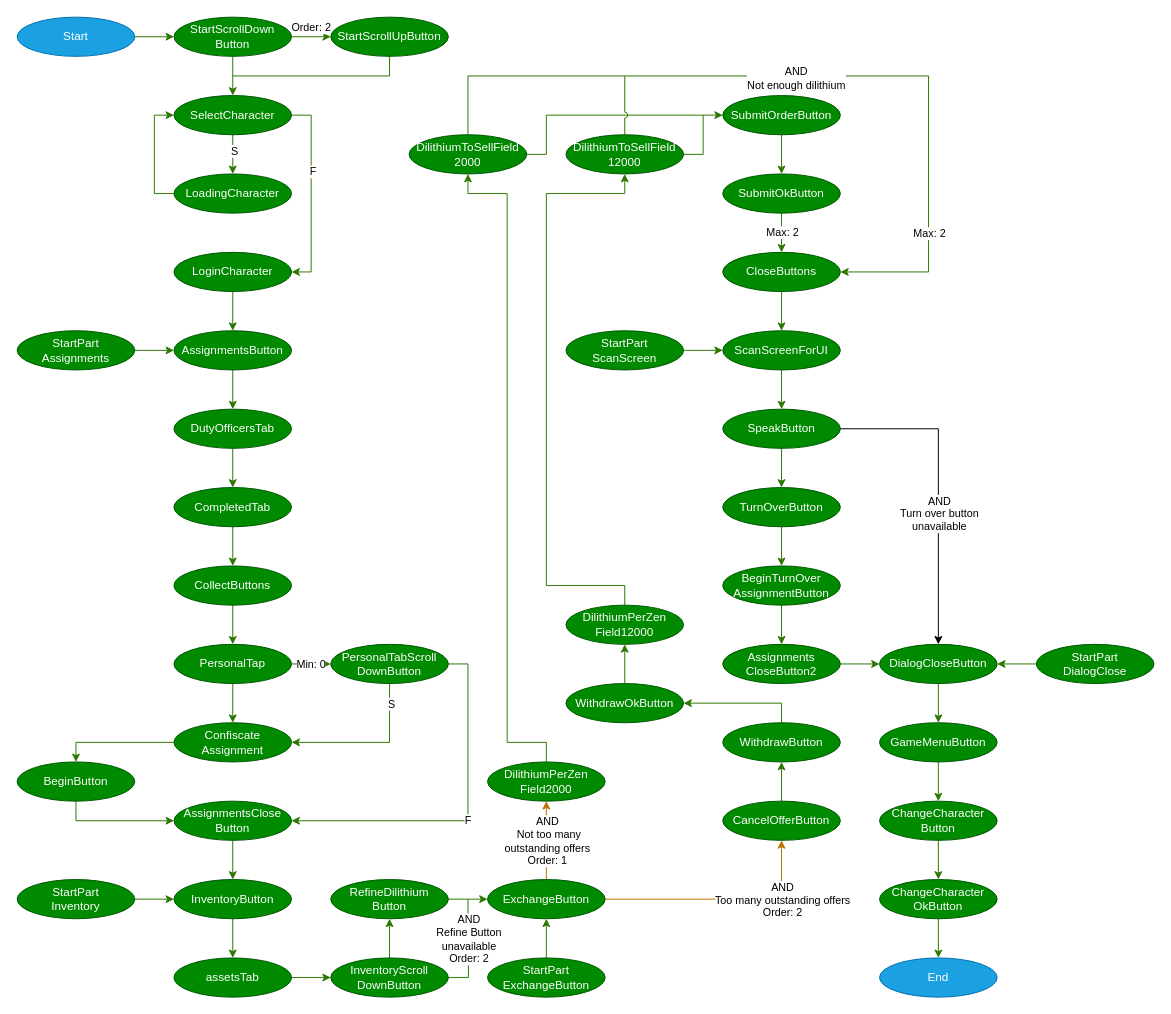
Above: AutoFarmer.drawio in Tomaszon/AutoFarmer (draw.io), before the change. Source tidied: cells renumbered, new cells numbered last; positions are measured from the earlier drawing's top-left corner, leaving out a move shared by most shapes. Both pictures are drawn from the tidied source at 98%, with x=0, y=0 at pixel (17, 17).
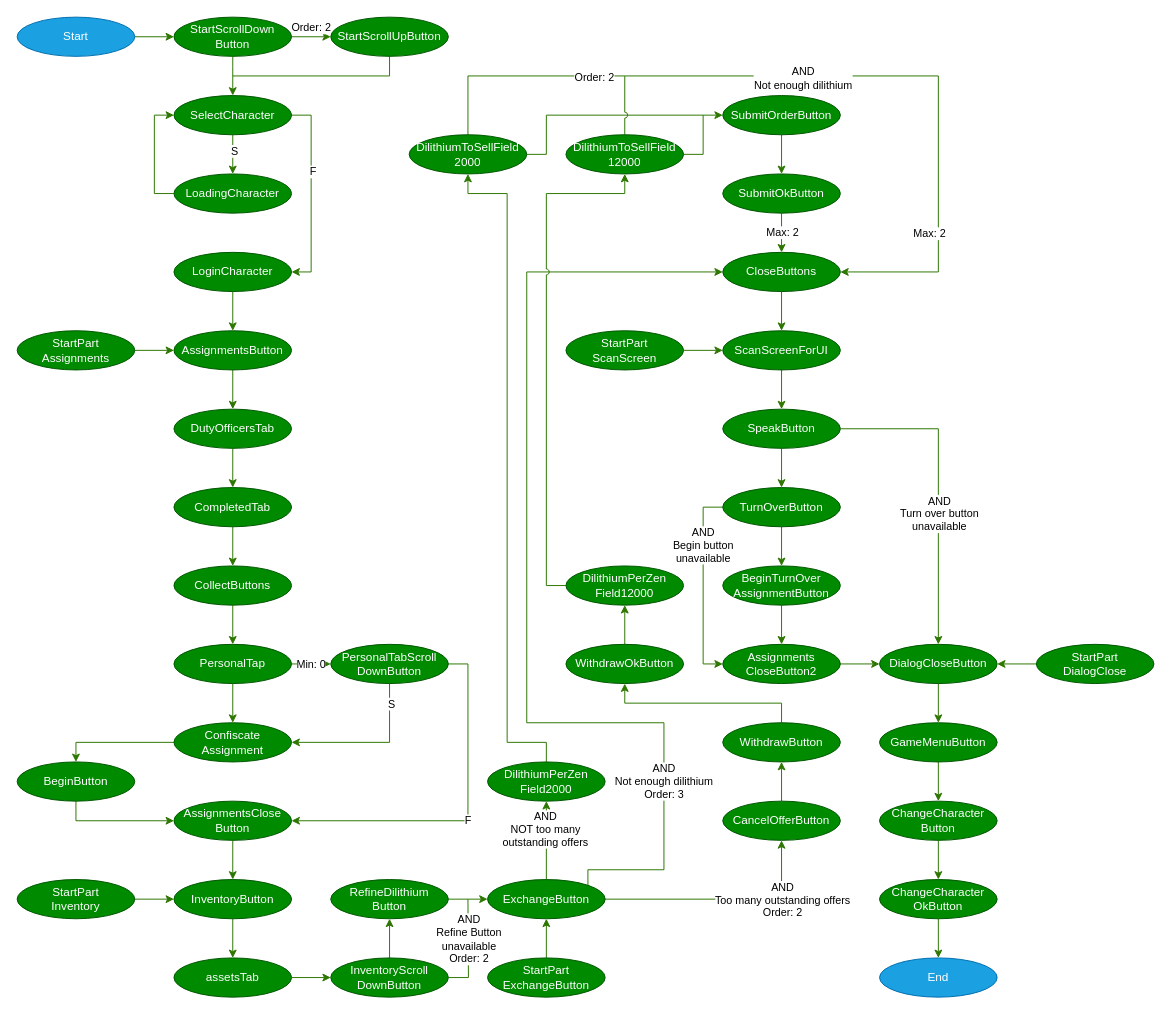
Above is the later version.

The change refers to these unchanged cells:
```xml
<mxCell id="38" value="ExchangeButton" style="ellipse;whiteSpace=wrap;html=1;fillColor=#008a00;strokeColor=#005700;fontColor=#ffffff;" parent="1" vertex="1">
  <mxGeometry x="480" y="880" width="120" height="40" as="geometry" />
</mxCell>
<mxCell id="40" value="CancelOfferButton" style="ellipse;whiteSpace=wrap;html=1;fillColor=#008a00;strokeColor=#005700;fontColor=#ffffff;" parent="1" vertex="1">
  <mxGeometry x="720" y="800" width="120" height="40" as="geometry" />
</mxCell>
<mxCell id="42" value="WithdrawButton" style="ellipse;whiteSpace=wrap;html=1;fillColor=#008a00;strokeColor=#005700;fontColor=#ffffff;" parent="1" vertex="1">
  <mxGeometry x="720" y="720" width="120" height="40" as="geometry" />
</mxCell>
<mxCell id="46" value="DilithiumPerZen&lt;br&gt;Field2000" style="ellipse;whiteSpace=wrap;html=1;fillColor=#008a00;strokeColor=#005700;fontColor=#ffffff;" parent="1" vertex="1">
  <mxGeometry x="480" y="760" width="120" height="40" as="geometry" />
</mxCell>
<mxCell id="50" style="edgeStyle=orthogonalEdgeStyle;rounded=0;jumpStyle=arc;jettySize=auto;html=1;exitX=0.5;exitY=0;exitDx=0;exitDy=0;endArrow=none;endFill=0;fillColor=#60a917;strokeColor=#2D7600;" parent="1" edge="1" source="51">
  <mxGeometry relative="1" as="geometry">
    <mxPoint x="620" y="60" as="targetPoint" />
    <Array as="points">
      <mxPoint x="460" y="60" />
    </Array>
  </mxGeometry>
</mxCell>
<mxCell id="58" value="CloseButtons" style="ellipse;whiteSpace=wrap;html=1;fillColor=#008a00;strokeColor=#005700;fontColor=#ffffff;" parent="1" vertex="1">
  <mxGeometry x="720" y="240" width="120" height="40" as="geometry" />
</mxCell>
<mxCell id="62" value="SpeakButton" style="ellipse;whiteSpace=wrap;html=1;fillColor=#008a00;strokeColor=#005700;fontColor=#ffffff;" parent="1" vertex="1">
  <mxGeometry x="720" y="400" width="120" height="40" as="geometry" />
</mxCell>
<mxCell id="66" value="TurnOverButton" style="ellipse;whiteSpace=wrap;html=1;fillColor=#008a00;strokeColor=#005700;fontColor=#ffffff;" parent="1" vertex="1">
  <mxGeometry x="720" y="480" width="120" height="40" as="geometry" />
</mxCell>
<mxCell id="70" value="Assignments&lt;br&gt;CloseButton2" style="ellipse;whiteSpace=wrap;html=1;fillColor=#008a00;strokeColor=#005700;fontColor=#ffffff;" parent="1" vertex="1">
  <mxGeometry x="720" y="640" width="120" height="40" as="geometry" />
</mxCell>
<mxCell id="72" value="DialogCloseButton" style="ellipse;whiteSpace=wrap;html=1;fillColor=#008a00;strokeColor=#005700;fontColor=#ffffff;" parent="1" vertex="1">
  <mxGeometry x="880" y="640" width="120" height="40" as="geometry" />
</mxCell>
<mxCell id="100" value="DilithiumToSellField&lt;br&gt;12000" style="ellipse;whiteSpace=wrap;html=1;fillColor=#008a00;strokeColor=#005700;fontColor=#ffffff;" parent="1" vertex="1">
  <mxGeometry x="560" y="120" width="120" height="40" as="geometry" />
</mxCell>
```

What changed in the source:
```diff
@@
-    <mxCell id="34" style="edgeStyle=orthogonalEdgeStyle;rounded=0;jettySize=auto;html=1;fillColor=#f0a30a;strokeColor=#BD7000;" parent="1" edge="1" source="38" target="46">
+    <mxCell id="34" style="edgeStyle=orthogonalEdgeStyle;rounded=0;jettySize=auto;html=1;fillColor=#60a917;strokeColor=#2D7600;" parent="1" edge="1" source="38" target="46">
       <mxGeometry relative="1" as="geometry" />
     </mxCell>
-    <mxCell id="35" value="AND&lt;br&gt;&amp;nbsp;Not too many &lt;br&gt;outstanding offers&lt;br&gt;Order: 1" style="edgeLabel;html=1;align=center;verticalAlign=middle;" parent="34" vertex="1">
-      <mxGeometry x="-0.25" relative="1" as="geometry">
-        <mxPoint y="-10" as="offset" />
-      </mxGeometry>
-    </mxCell>
+    <mxCell id="112" value="AND&lt;br&gt;NOT too many &lt;br&gt;outstanding offers" style="edgeLabel;html=1;align=center;verticalAlign=middle;" parent="34" vertex="1">
+      <mxGeometry x="0.3" y="2" relative="1" as="geometry" />
+    </mxCell>
-    <mxCell id="36" style="edgeStyle=orthogonalEdgeStyle;rounded=0;jettySize=auto;html=1;fillColor=#f0a30a;strokeColor=#BD7000;" parent="1" edge="1" source="38" target="40">
+    <mxCell id="36" style="edgeStyle=orthogonalEdgeStyle;rounded=0;jettySize=auto;html=1;fillColor=#60a917;strokeColor=#2D7600;" parent="1" edge="1" source="38" target="40">
       <mxGeometry relative="1" as="geometry" />
     </mxCell>
@@
+    <mxCell id="113" value="AND&lt;br&gt;Not enough dilithium&lt;br&gt;Order: 3" style="edgeStyle=orthogonalEdgeStyle;rounded=0;jettySize=auto;html=1;exitX=1;exitY=0;exitDx=0;exitDy=0;jumpStyle=none;entryX=0;entryY=0.5;entryDx=0;entryDy=0;fillColor=#60a917;strokeColor=#2D7600;" parent="1" edge="1" source="38" target="58">
+      <mxGeometry x="-0.65" relative="1" as="geometry">
+        <Array as="points">
+          <mxPoint x="582" y="870" />
+          <mxPoint x="660" y="870" />
+          <mxPoint x="660" y="720" />
+          <mxPoint x="520" y="720" />
+          <mxPoint x="520" y="260" />
+        </Array>
+      </mxGeometry>
+    </mxCell>
@@
-    <mxCell id="41" style="edgeStyle=orthogonalEdgeStyle;rounded=0;jettySize=auto;html=1;fillColor=#60a917;strokeColor=#2D7600;entryX=1;entryY=0.5;entryDx=0;entryDy=0;exitX=0.5;exitY=0;exitDx=0;exitDy=0;" parent="1" edge="1" source="42" target="44">
-      <mxGeometry relative="1" as="geometry" />
+    <mxCell id="41" style="edgeStyle=orthogonalEdgeStyle;rounded=0;jettySize=auto;html=1;fillColor=#60a917;strokeColor=#2D7600;entryX=0.5;entryY=1;entryDx=0;entryDy=0;exitX=0.5;exitY=0;exitDx=0;exitDy=0;" parent="1" edge="1" source="42" target="44">
+      <mxGeometry relative="1" as="geometry">
+        <Array as="points">
+          <mxPoint x="780" y="700" />
+          <mxPoint x="620" y="700" />
+        </Array>
+      </mxGeometry>
     </mxCell>
@@
     <mxCell id="44" value="WithdrawOkButton" style="ellipse;whiteSpace=wrap;html=1;fillColor=#008a00;strokeColor=#005700;fontColor=#ffffff;" parent="1" vertex="1">
-      <mxGeometry x="560" y="680" width="120" height="40" as="geometry" />
+      <mxGeometry x="560" y="640" width="120" height="40" as="geometry" />
     </mxCell>
@@
     <mxCell id="48" style="edgeStyle=orthogonalEdgeStyle;rounded=0;jettySize=auto;html=1;entryX=1;entryY=0.5;entryDx=0;entryDy=0;exitX=0.5;exitY=0;exitDx=0;exitDy=0;fillColor=#60a917;strokeColor=#2D7600;jumpStyle=arc;" parent="1" edge="1" source="100" target="58">
       <mxGeometry relative="1" as="geometry">
         <Array as="points">
           <mxPoint x="620" y="60" />
-          <mxPoint x="930" y="60" />
-          <mxPoint x="930" y="260" />
+          <mxPoint x="940" y="60" />
+          <mxPoint x="940" y="260" />
         </Array>
       </mxGeometry>
     </mxCell>
@@
+    <mxCell id="114" value="Order: 2" style="edgeLabel;html=1;align=center;verticalAlign=middle;" parent="50" vertex="1">
+      <mxGeometry x="0.71" y="-1" relative="1" as="geometry" />
+    </mxCell>
@@
-    <mxCell id="63" style="edgeStyle=orthogonalEdgeStyle;rounded=0;jettySize=auto;html=1;entryX=0.5;entryY=0;entryDx=0;entryDy=0;exitX=1;exitY=0.5;exitDx=0;exitDy=0;" parent="1" edge="1" source="62" target="72">
+    <mxCell id="63" style="edgeStyle=orthogonalEdgeStyle;rounded=0;jettySize=auto;html=1;entryX=0.5;entryY=0;entryDx=0;entryDy=0;exitX=1;exitY=0.5;exitDx=0;exitDy=0;fillColor=#60a917;strokeColor=#2D7600;" parent="1" edge="1" source="62" target="72">
       <mxGeometry relative="1" as="geometry" />
     </mxCell>
@@
+    <mxCell id="115" style="edgeStyle=orthogonalEdgeStyle;rounded=0;jettySize=auto;html=1;exitX=0;exitY=0.5;exitDx=0;exitDy=0;entryX=0;entryY=0.5;entryDx=0;entryDy=0;fillColor=#60a917;strokeColor=#2D7600;" parent="1" edge="1" source="66" target="70">
+      <mxGeometry relative="1" as="geometry">
+        <Array as="points">
+          <mxPoint x="700" y="500" />
+          <mxPoint x="700" y="660" />
+        </Array>
+      </mxGeometry>
+    </mxCell>
+    <mxCell id="116" value="AND&lt;br&gt;Begin button &lt;br&gt;unavailable" style="edgeLabel;html=1;align=center;verticalAlign=middle;" parent="115" vertex="1">
+      <mxGeometry x="-0.42" y="-1" relative="1" as="geometry" />
+    </mxCell>
@@
-    <mxCell id="109" style="edgeStyle=orthogonalEdgeStyle;rounded=0;jettySize=auto;html=1;exitX=0.5;exitY=0;exitDx=0;exitDy=0;fillColor=#60a917;strokeColor=#2D7600;entryX=0.5;entryY=1;entryDx=0;entryDy=0;" parent="1" edge="1" source="110" target="100">
+    <mxCell id="109" style="edgeStyle=orthogonalEdgeStyle;rounded=0;jettySize=auto;html=1;exitX=0;exitY=0.5;exitDx=0;exitDy=0;fillColor=#60a917;strokeColor=#2D7600;entryX=0.5;entryY=1;entryDx=0;entryDy=0;jumpStyle=arc;" parent="1" edge="1" source="110" target="100">
       <mxGeometry relative="1" as="geometry">
         <Array as="points">
-          <mxPoint x="620" y="580" />
           <mxPoint x="540" y="580" />
           <mxPoint x="540" y="180" />
           <mxPoint x="620" y="180" />
         </Array>
       </mxGeometry>
     </mxCell>
     <mxCell id="110" value="DilithiumPerZen&lt;br&gt;Field12000" style="ellipse;whiteSpace=wrap;html=1;fillColor=#008a00;strokeColor=#005700;fontColor=#ffffff;" parent="1" vertex="1">
-      <mxGeometry x="560" y="600" width="120" height="40" as="geometry" />
+      <mxGeometry x="560" y="560" width="120" height="40" as="geometry" />
     </mxCell>
```
